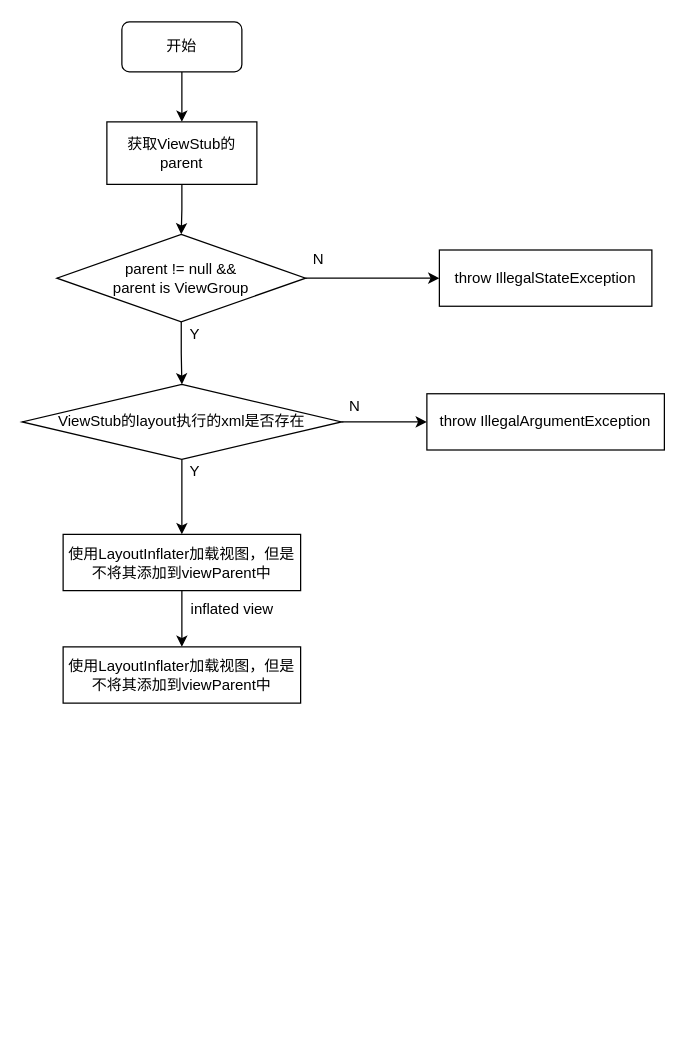
Eanam/PointlessDiagram keeps this draw.io diagram as ViewStub.drawio. Above is the earlier version. Source tidied: cells renumbered, new cells numbered last; positions are measured from the earlier drawing's top-left corner, leaving out a move shared by most shapes. Both pictures are drawn from the tidied source at 125%, with x=0, y=0 at pixel (21, 21).
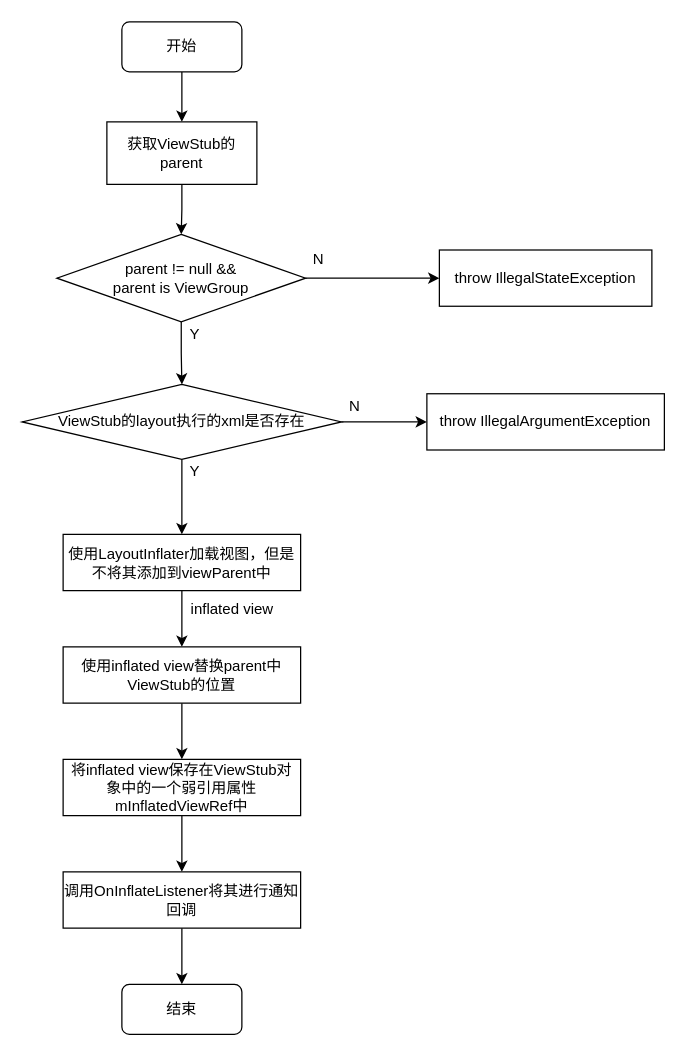
The same diagram, later.

Change to the diagram source:
```diff
@@
+    <mxCell id="22" style="edgeStyle=orthogonalEdgeStyle;rounded=0;jettySize=auto;html=1;" parent="1" edge="1" source="20" target="24">
+      <mxGeometry relative="1" as="geometry" />
+    </mxCell>
-    <mxCell id="20" value="使用LayoutInflater加载视图，但是不将其添加到viewParent中" style="rounded=0;whiteSpace=wrap;html=1;" parent="1" vertex="1">
+    <mxCell id="20" value="使用inflated view替换parent中ViewStub的位置" style="rounded=0;whiteSpace=wrap;html=1;" parent="1" vertex="1">
       <mxGeometry x="33" y="500" width="190" height="45" as="geometry" />
     </mxCell>
@@
+    <mxCell id="23" style="edgeStyle=orthogonalEdgeStyle;rounded=0;jettySize=auto;html=1;" parent="1" edge="1" source="24" target="26">
+      <mxGeometry relative="1" as="geometry" />
+    </mxCell>
+    <mxCell id="24" value="将inflated view保存在ViewStub对象中的一个弱引用属性mInflatedViewRef中" style="rounded=0;whiteSpace=wrap;html=1;" parent="1" vertex="1">
+      <mxGeometry x="33" y="590" width="190" height="45" as="geometry" />
+    </mxCell>
+    <mxCell id="25" style="edgeStyle=orthogonalEdgeStyle;rounded=0;jettySize=auto;html=1;" parent="1" edge="1" source="26" target="27">
+      <mxGeometry relative="1" as="geometry" />
+    </mxCell>
+    <mxCell id="26" value="调用OnInflateListener将其进行通知回调" style="rounded=0;whiteSpace=wrap;html=1;" parent="1" vertex="1">
+      <mxGeometry x="33" y="680" width="190" height="45" as="geometry" />
+    </mxCell>
+    <mxCell id="27" value="结束" style="rounded=1;whiteSpace=wrap;html=1;" parent="1" vertex="1">
+      <mxGeometry x="80" y="770" width="96" height="40" as="geometry" />
+    </mxCell>
```
